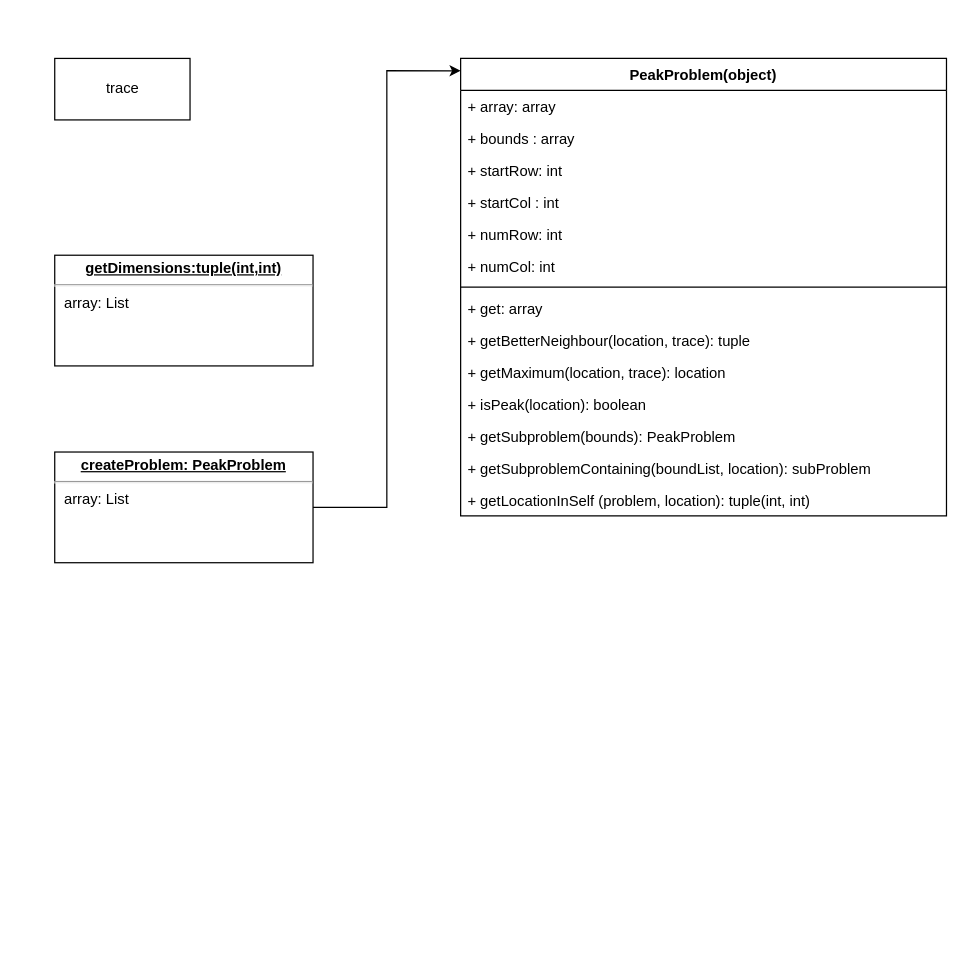
This is page "peak" (2 of 3) of 6-006_python/rec01/rec01.drawio from m00racle/python_me, a draw.io file, before an edit. Source tidied: cells renumbered, new cells numbered last; positions are measured from the earlier drawing's top-left corner, leaving out a move shared by most shapes. Both pictures are drawn from the tidied source at 123%, with x=0, y=0 at pixel (54, 58).
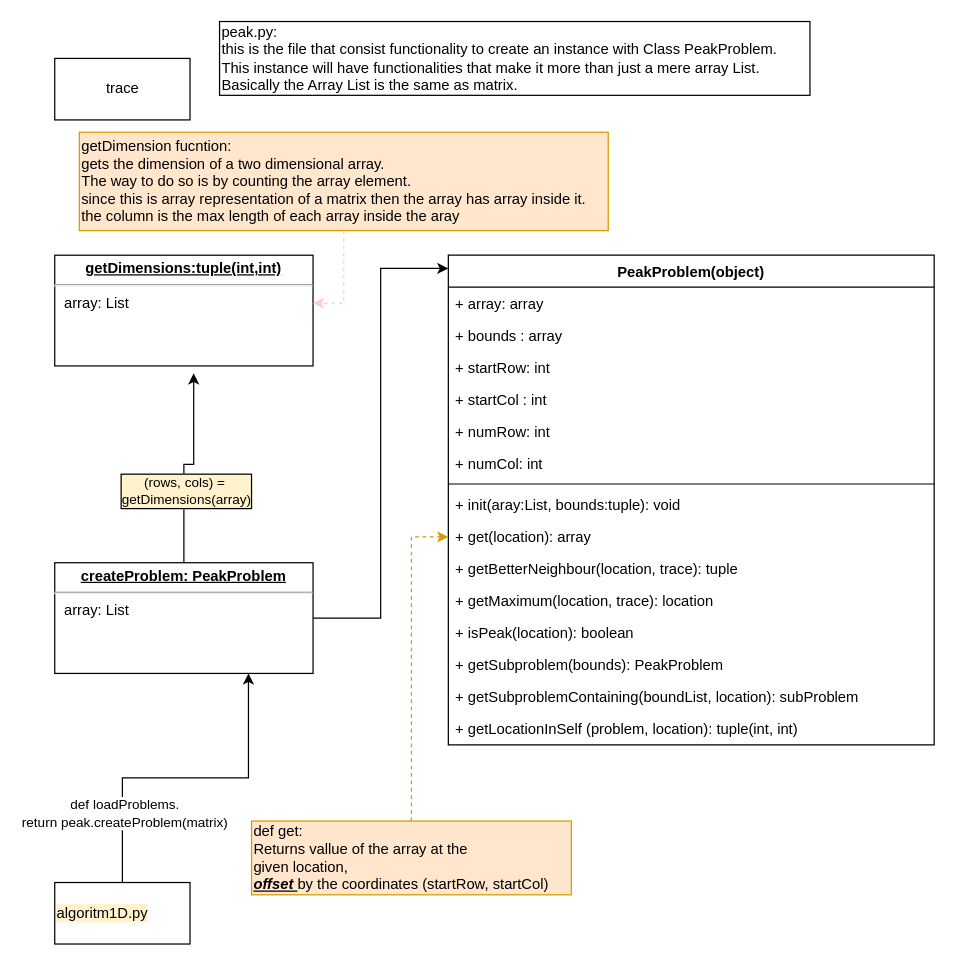
The same page after the edit.

The change refers to these unchanged cells:
```xml
<mxCell id="18" value="&lt;p style=&quot;margin: 0px ; margin-top: 4px ; text-align: center ; text-decoration: underline&quot;&gt;&lt;b&gt;getDimensions:tuple(int,int)&lt;/b&gt;&lt;/p&gt;&lt;hr&gt;&lt;p style=&quot;margin: 0px ; margin-left: 8px&quot;&gt;array: List&lt;br&gt;&lt;/p&gt;" style="verticalAlign=top;align=left;overflow=fill;fontSize=12;fontFamily=Helvetica;html=1;" parent="1" vertex="1">
  <mxGeometry y="160" width="210" height="90" as="geometry" />
</mxCell>
```

What changed in the source:
```diff
@@
     <mxCell id="3" value="PeakProblem(object)" style="swimlane;fontStyle=1;align=center;verticalAlign=top;horizontal=1;startSize=26;" parent="1" vertex="1">
-      <mxGeometry x="330" width="395" height="372" as="geometry" />
+      <mxGeometry x="320" y="160" width="395" height="398" as="geometry" />
     </mxCell>
@@
+    <mxCell id="21" value="+ init(aray:List, bounds:tuple): void" style="text;strokeColor=none;fillColor=none;align=left;verticalAlign=top;spacingLeft=4;spacingRight=4;overflow=hidden;" parent="3" vertex="1">
+      <mxGeometry y="190" width="395" height="26" as="geometry" />
+    </mxCell>
-    <mxCell id="11" value="+ get: array" style="text;strokeColor=none;fillColor=none;align=left;verticalAlign=top;spacingLeft=4;spacingRight=4;overflow=hidden;points=[[0,0.5],[1,0.5]];portConstraint=eastwest;" parent="3" vertex="1">
-      <mxGeometry y="190" width="395" height="26" as="geometry" />
+    <mxCell id="11" value="+ get(location): array" style="text;strokeColor=none;fillColor=none;align=left;verticalAlign=top;spacingLeft=4;spacingRight=4;overflow=hidden;points=[[0,0.5],[1,0.5]];portConstraint=eastwest;" parent="3" vertex="1">
+      <mxGeometry y="216" width="395" height="26" as="geometry" />
     </mxCell>
     <mxCell id="12" value="+ getBetterNeighbour(location, trace): tuple" style="text;strokeColor=none;fillColor=none;align=left;verticalAlign=top;spacingLeft=4;spacingRight=4;overflow=hidden;" parent="3" vertex="1">
-      <mxGeometry y="216" width="395" height="26" as="geometry" />
+      <mxGeometry y="242" width="395" height="26" as="geometry" />
     </mxCell>
     <mxCell id="13" value="+ getMaximum(location, trace): location" style="text;strokeColor=none;fillColor=none;align=left;verticalAlign=top;spacingLeft=4;spacingRight=4;overflow=hidden;" parent="3" vertex="1">
-      <mxGeometry y="242" width="395" height="26" as="geometry" />
+      <mxGeometry y="268" width="395" height="26" as="geometry" />
     </mxCell>
     <mxCell id="14" value="+ isPeak(location): boolean" style="text;strokeColor=none;fillColor=none;align=left;verticalAlign=top;spacingLeft=4;spacingRight=4;overflow=hidden;" parent="3" vertex="1">
-      <mxGeometry y="268" width="395" height="26" as="geometry" />
+      <mxGeometry y="294" width="395" height="26" as="geometry" />
     </mxCell>
     <mxCell id="15" value="+ getSubproblem(bounds): PeakProblem" style="text;strokeColor=none;fillColor=none;align=left;verticalAlign=top;spacingLeft=4;spacingRight=4;overflow=hidden;" parent="3" vertex="1">
-      <mxGeometry y="294" width="395" height="26" as="geometry" />
+      <mxGeometry y="320" width="395" height="26" as="geometry" />
     </mxCell>
     <mxCell id="16" value="+ getSubproblemContaining(boundList, location): subProblem" style="text;strokeColor=none;fillColor=none;align=left;verticalAlign=top;spacingLeft=4;spacingRight=4;overflow=hidden;" parent="3" vertex="1">
-      <mxGeometry y="320" width="395" height="26" as="geometry" />
+      <mxGeometry y="346" width="395" height="26" as="geometry" />
     </mxCell>
     <mxCell id="17" value="+ getLocationInSelf (problem, location): tuple(int, int)" style="text;strokeColor=none;fillColor=none;align=left;verticalAlign=top;spacingLeft=4;spacingRight=4;overflow=hidden;" parent="3" vertex="1">
-      <mxGeometry y="346" width="395" height="26" as="geometry" />
+      <mxGeometry y="372" width="395" height="26" as="geometry" />
     </mxCell>
@@
+    <mxCell id="22" style="edgeStyle=orthogonalEdgeStyle;rounded=0;jettySize=auto;html=1;entryX=0.538;entryY=1.067;entryDx=0;entryDy=0;entryPerimeter=0;" parent="1" edge="1" source="20" target="18">
+      <mxGeometry relative="1" as="geometry" />
+    </mxCell>
+    <mxCell id="23" value="(rows, cols) =&amp;nbsp;&lt;br&gt;getDimensions(array)" style="edgeLabel;html=1;align=center;verticalAlign=middle;labelBorderColor=#000000;labelBackgroundColor=#FFF2CC;" parent="22" vertex="1">
+      <mxGeometry x="-0.27" y="-1" relative="1" as="geometry" />
+    </mxCell>
     <mxCell id="20" value="&lt;p style=&quot;margin: 0px ; margin-top: 4px ; text-align: center ; text-decoration: underline&quot;&gt;&lt;b&gt;createProblem: PeakProblem&lt;br&gt;&lt;/b&gt;&lt;/p&gt;&lt;hr&gt;&lt;p style=&quot;margin: 0px ; margin-left: 8px&quot;&gt;array: List&lt;br&gt;&lt;/p&gt;" style="verticalAlign=top;align=left;overflow=fill;fontSize=12;fontFamily=Helvetica;html=1;" parent="1" vertex="1">
-      <mxGeometry y="320" width="210" height="90" as="geometry" />
+      <mxGeometry y="410" width="210" height="90" as="geometry" />
     </mxCell>
+    <mxCell id="24" value="&lt;div&gt;peak.py: &lt;br&gt;&lt;/div&gt;&lt;div&gt;this is the file that consist functionality to create an instance with Class PeakProblem.&lt;/div&gt;&lt;div&gt;This instance will have functionalities that make it more than just a mere array List.&lt;/div&gt;&lt;div&gt;Basically the Array List is the same as matrix.&lt;br&gt;&lt;/div&gt;" style="text;html=1;align=left;verticalAlign=middle;strokeColor=#000000;" parent="1" vertex="1">
+      <mxGeometry x="134" y="-30" width="480" height="60" as="geometry" />
+    </mxCell>
+    <mxCell id="25" style="edgeStyle=orthogonalEdgeStyle;rounded=0;jettySize=auto;html=1;entryX=1;entryY=0.433;entryDx=0;entryDy=0;entryPerimeter=0;dashed=1;strokeColor=#FFCCCC;" parent="1" edge="1" source="26" target="18">
+      <mxGeometry relative="1" as="geometry" />
+    </mxCell>
+    <mxCell id="26" value="getDimension fucntion:&lt;br&gt;gets the dimension of a two dimensional array.&amp;nbsp;&lt;br&gt;The way to do so is by counting the array element.&amp;nbsp;&lt;br&gt;since this is array representation of a matrix then the array has array inside it.&lt;br&gt;the column is the max length of each array inside the aray" style="text;html=1;align=left;verticalAlign=middle;points=[];fillColor=#ffe6cc;strokeColor=#d79b00;" parent="1" vertex="1">
+      <mxGeometry x="20" y="60" width="430" height="80" as="geometry" />
+    </mxCell>
+    <mxCell id="27" style="edgeStyle=orthogonalEdgeStyle;rounded=0;jettySize=auto;html=1;entryX=0.75;entryY=1;entryDx=0;entryDy=0;strokeColor=#000000;" parent="1" edge="1" source="29" target="20">
+      <mxGeometry relative="1" as="geometry" />
+    </mxCell>
+    <mxCell id="28" value="def loadProblems.&lt;br&gt;return peak.createProblem(matrix)" style="edgeLabel;html=1;align=center;verticalAlign=middle;" parent="27" vertex="1">
+      <mxGeometry x="-0.58" y="-1" relative="1" as="geometry" />
+    </mxCell>
+    <mxCell id="29" value="algoritm1D.py" style="html=1;labelBackgroundColor=#FFF2CC;strokeColor=#000000;align=left;" parent="1" vertex="1">
+      <mxGeometry y="670" width="110" height="50" as="geometry" />
+    </mxCell>
+    <mxCell id="30" style="edgeStyle=orthogonalEdgeStyle;rounded=0;jettySize=auto;html=1;entryX=0;entryY=0.5;entryDx=0;entryDy=0;strokeColor=#d79b00;dashed=1;fillColor=#ffe6cc;" parent="1" edge="1" source="31" target="11">
+      <mxGeometry relative="1" as="geometry" />
+    </mxCell>
+    <mxCell id="31" value="def get:&amp;nbsp;&lt;br&gt;Returns vallue of the array at the&amp;nbsp;&lt;br&gt;given location,&lt;br&gt;&lt;div style=&quot;&quot;&gt;&lt;b&gt;&lt;i&gt;&lt;u&gt;offset &lt;/u&gt;&lt;/i&gt;&lt;/b&gt;&lt;span&gt;by the coordinates (startRow, startCol)&lt;/span&gt;&lt;/div&gt;" style="text;html=1;align=left;verticalAlign=middle;points=[];fillColor=#ffe6cc;strokeColor=#d79b00;" parent="1" vertex="1">
+      <mxGeometry x="160" y="620" width="260" height="60" as="geometry" />
+    </mxCell>
```
